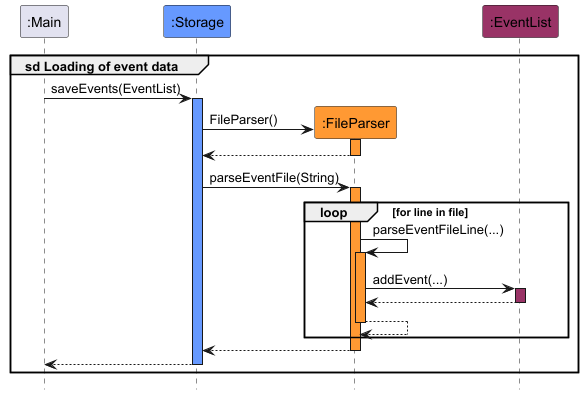
Earlier version of the PlantUML export docs/images/StorageEventLoadingSequenceDiagram.png (nus-cs2113-AY2425S1/tp). Its diagram source:
```plantuml
@startuml
!include style.puml
hide footbox

Participant ":Main" as main
Participant ":Storage" as storage STORAGE_COLOUR
Participant ":FileParser" as parser PARSER_COLOUR
Participant ":EventList" as events EVENT_COLOUR


group sd Loading of event data
main -> storage : saveEvents(EventList)
activate storage STORAGE_COLOUR

create parser
storage -> parser : FileParser()
activate parser PARSER_COLOUR
return

storage -> parser : parseEventFile(String)
activate parser PARSER_COLOUR

loop for line in file
parser -> parser : parseEventFileLine(...)
activate parser PARSER_COLOUR

parser -> events : addEvent(...)
activate events EVENT_COLOUR

return

return

end

return

return

end

@enduml
```
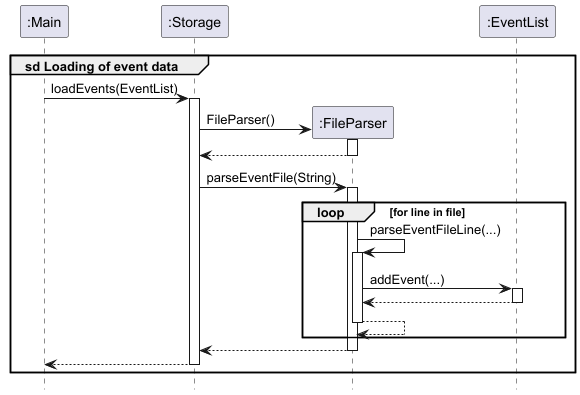
The same file after the commit.

The edit, as a diff of the source:
```diff
@@ -3,29 +3,29 @@
 hide footbox
 
 Participant ":Main" as main
-Participant ":Storage" as storage STORAGE_COLOUR
-Participant ":FileParser" as parser PARSER_COLOUR
-Participant ":EventList" as events EVENT_COLOUR
+Participant ":Storage" as storage
+Participant ":FileParser" as parser
+Participant ":EventList" as events
 
 
 group sd Loading of event data
-main -> storage : saveEvents(EventList)
-activate storage STORAGE_COLOUR
+main -> storage : loadEvents(EventList)
+activate storage
 
 create parser
 storage -> parser : FileParser()
-activate parser PARSER_COLOUR
+activate parser
 return
 
 storage -> parser : parseEventFile(String)
-activate parser PARSER_COLOUR
+activate parser
 
 loop for line in file
 parser -> parser : parseEventFileLine(...)
-activate parser PARSER_COLOUR
+activate parser
 
 parser -> events : addEvent(...)
-activate events EVENT_COLOUR
+activate events
 
 return
 
```
